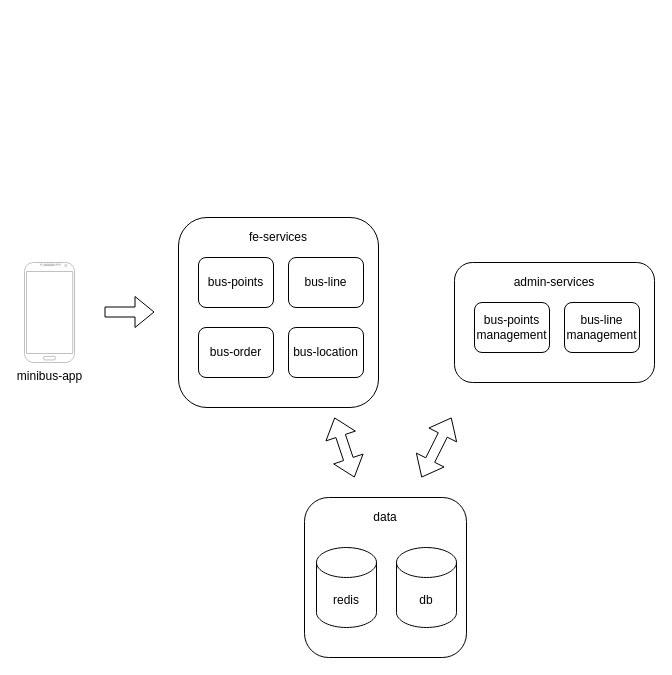
Earlier version of the draw.io diagram 出行项目/minibus_data_flow.drawio (wurh/myDesignDoc). Source tidied: cells renumbered, new cells numbered last; positions are measured from the earlier drawing's top-left corner, leaving out a move shared by most shapes. Both pictures are drawn from the tidied source at 100%, with x=0, y=0 at pixel (24, 217).
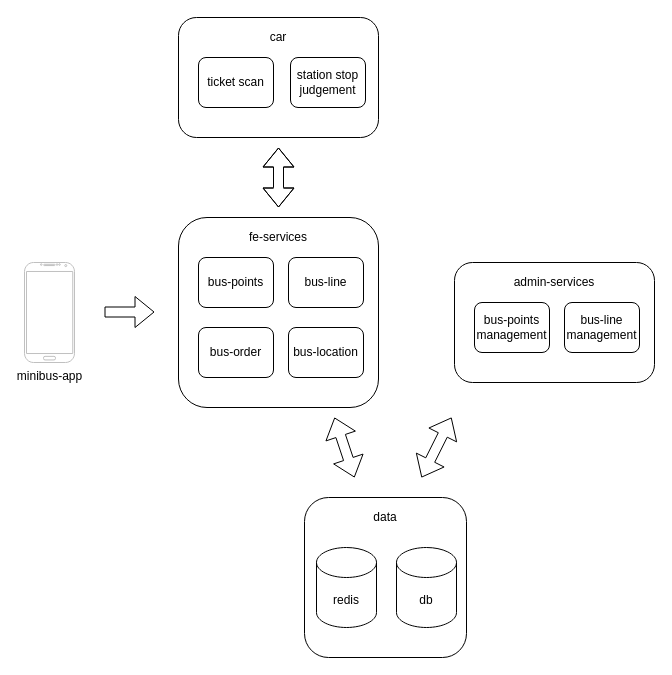
Above is the later version.

Diff of the diagram source:
```diff
@@
+    <mxCell id="20" style="rounded=1;whiteSpace=wrap;html=1;" parent="1" vertex="1">
+      <mxGeometry x="154" y="-200" width="200" height="120" as="geometry" />
+    </mxCell>
+    <mxCell id="21" value="car" style="text;html=1;strokeColor=none;fillColor=none;align=center;verticalAlign=middle;whiteSpace=wrap;rounded=0;" parent="1" vertex="1">
+      <mxGeometry x="194" y="-190" width="120" height="20" as="geometry" />
+    </mxCell>
+    <mxCell id="22" style="shape=flexArrow;endArrow=classic;startArrow=classic;html=1;entryX=0.4;entryY=1;entryDx=0;entryDy=0;entryPerimeter=0;" parent="1" edge="1">
+      <mxGeometry relative="1" as="geometry">
+        <mxPoint x="254" y="-10" as="sourcePoint" />
+        <mxPoint x="254" y="-70" as="targetPoint" />
+        <Array as="points">
+          <mxPoint x="254" y="-30" />
+        </Array>
+      </mxGeometry>
+    </mxCell>
+    <mxCell id="23" value="ticket scan" style="rounded=1;whiteSpace=wrap;html=1;" parent="1" vertex="1">
+      <mxGeometry x="174" y="-160" width="75" height="50" as="geometry" />
+    </mxCell>
+    <mxCell id="24" value="station stop&lt;br&gt;judgement" style="rounded=1;whiteSpace=wrap;html=1;" parent="1" vertex="1">
+      <mxGeometry x="266" y="-160" width="75" height="50" as="geometry" />
+    </mxCell>
```
